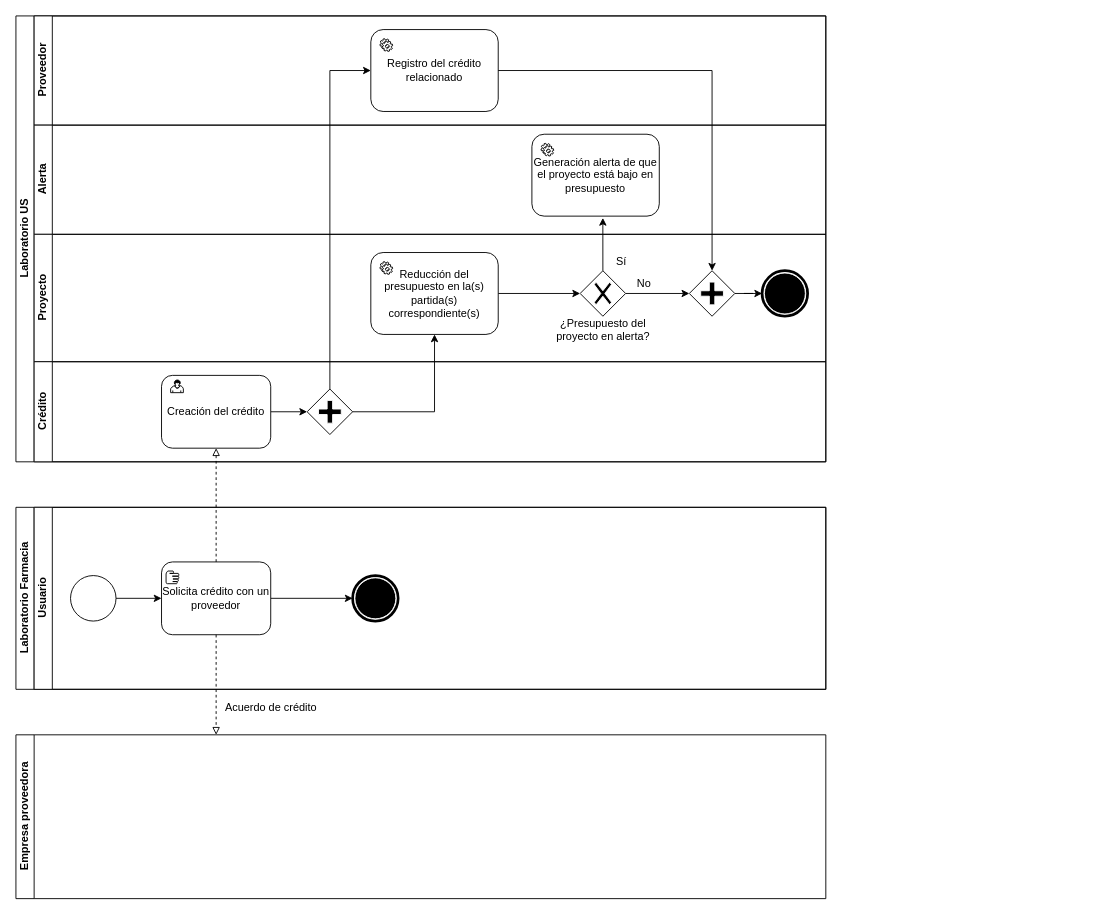
This is 4 Necesidades de negocio/4.2 Modelos de procesos de negocio a implantar/CreditosBPMN-Implantar.drawio from Franbr31/IR-project, a draw.io file, before an edit. Source tidied: cells renumbered, new cells numbered last; positions are measured from the earlier drawing's top-left corner, leaving out a move shared by most shapes. Both pictures are drawn from the tidied source at 91%, with x=0, y=0 at pixel (15, 15).
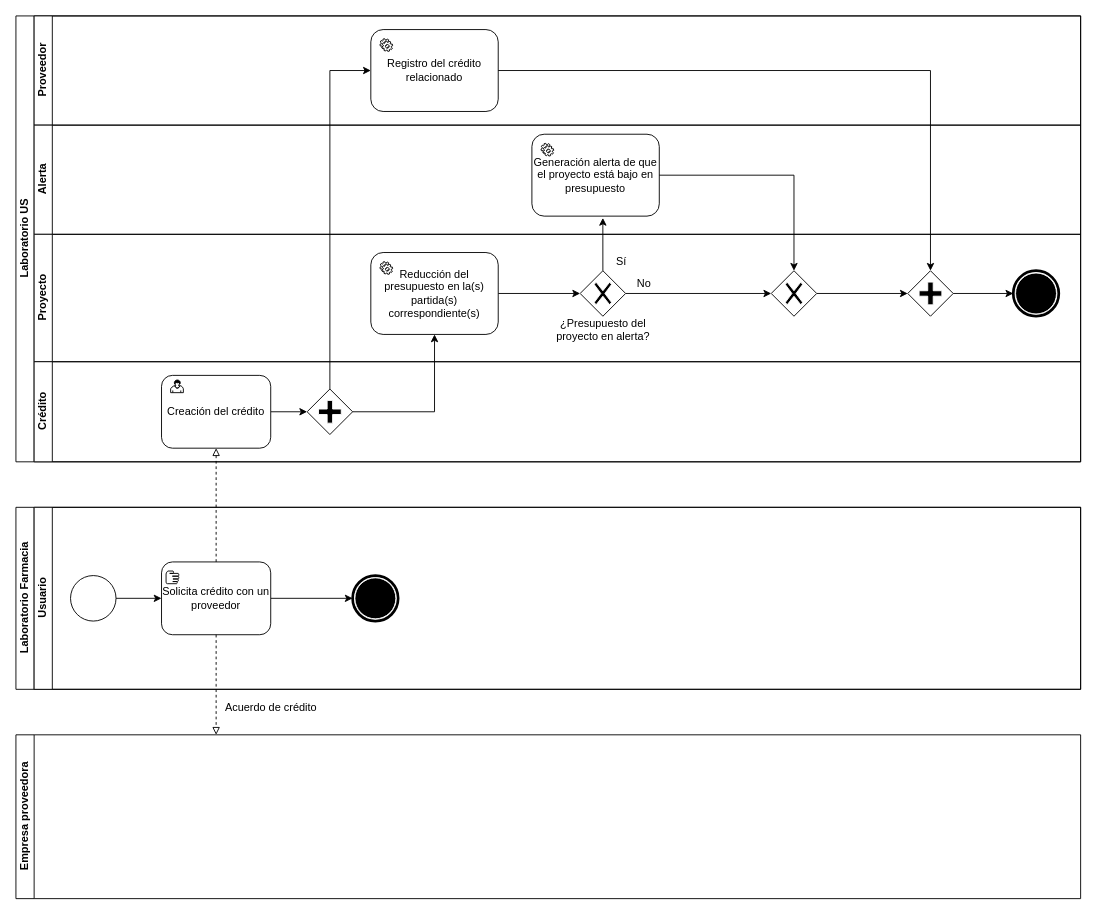
The same diagram, later.

The change refers to these unchanged cells:
```xml
<mxCell id="7" value="Generación alerta de que el proyecto está bajo en presupuesto" style="shape=ext;rounded=1;html=1;whiteSpace=wrap;" parent="6" vertex="1">
  <mxGeometry x="547" y="10" width="140" height="90" as="geometry" />
</mxCell>
<mxCell id="14" style="shape=mxgraph.bpmn.shape;html=1;verticalLabelPosition=bottom;labelBackgroundColor=#ffffff;verticalAlign=top;align=center;perimeter=rhombusPerimeter;background=gateway;outlineConnect=0;outline=none;symbol=exclusiveGw;" parent="9" vertex="1">
  <mxGeometry x="600" y="40" width="50" height="50" as="geometry" />
</mxCell>
```

Diff of the diagram source:
```diff
@@
     <mxCell id="2" value="Laboratorio US" style="swimlane;html=1;horizontal=0;startSize=20;" parent="1" vertex="1">
-      <mxGeometry width="890" height="490" as="geometry" />
+      <mxGeometry width="1170" height="490" as="geometry" />
     </mxCell>
     <mxCell id="3" value="Proveedor" style="swimlane;html=1;startSize=20;horizontal=0;" parent="2" vertex="1">
-      <mxGeometry x="20" width="870" height="120" as="geometry" />
+      <mxGeometry x="20" width="1150" height="120" as="geometry" />
     </mxCell>
@@
     <mxCell id="6" value="Alerta" style="swimlane;html=1;startSize=20;horizontal=0;" parent="2" vertex="1">
-      <mxGeometry x="20" y="120" width="870" height="120" as="geometry" />
+      <mxGeometry x="20" y="120" width="1150" height="120" as="geometry" />
     </mxCell>
@@
     <mxCell id="9" value="Proyecto" style="swimlane;html=1;startSize=20;horizontal=0;" parent="2" vertex="1">
-      <mxGeometry x="20" y="240" width="870" height="140" as="geometry" />
+      <mxGeometry x="20" y="240" width="1150" height="140" as="geometry" />
     </mxCell>
@@
-    <mxCell id="13" style="edgeStyle=orthogonalEdgeStyle;rounded=0;jettySize=auto;html=1;exitX=1;exitY=0.5;exitDx=0;exitDy=0;entryX=0;entryY=0.5;entryDx=0;entryDy=0;endArrow=classic;endFill=1;" parent="9" edge="1" source="14" target="17">
+    <mxCell id="13" style="edgeStyle=orthogonalEdgeStyle;rounded=0;jettySize=auto;html=1;exitX=1;exitY=0.5;exitDx=0;exitDy=0;entryX=0;entryY=0.5;entryDx=0;entryDy=0;endArrow=classic;endFill=1;" parent="9" edge="1" source="14" target="43">
       <mxGeometry relative="1" as="geometry" />
     </mxCell>
@@
     <mxCell id="15" style="shape=mxgraph.bpmn.shape;html=1;verticalLabelPosition=bottom;labelBackgroundColor=#ffffff;verticalAlign=top;align=center;perimeter=ellipsePerimeter;outlineConnect=0;outline=end;symbol=terminate;" parent="9" vertex="1">
-      <mxGeometry x="800" y="40" width="50" height="50" as="geometry" />
+      <mxGeometry x="1076" y="40" width="50" height="50" as="geometry" />
     </mxCell>
@@
     <mxCell id="17" style="shape=mxgraph.bpmn.shape;html=1;verticalLabelPosition=bottom;labelBackgroundColor=#ffffff;verticalAlign=top;align=center;perimeter=rhombusPerimeter;background=gateway;outlineConnect=0;outline=none;symbol=parallelGw;" parent="9" vertex="1">
-      <mxGeometry x="720" y="40" width="50" height="50" as="geometry" />
+      <mxGeometry x="960" y="40" width="50" height="50" as="geometry" />
     </mxCell>
@@
+    <mxCell id="42" style="edgeStyle=orthogonalEdgeStyle;rounded=0;jettySize=auto;html=1;exitX=1;exitY=0.5;exitDx=0;exitDy=0;entryX=0;entryY=0.5;entryDx=0;entryDy=0;" parent="9" edge="1" source="43" target="17">
+      <mxGeometry relative="1" as="geometry" />
+    </mxCell>
+    <mxCell id="43" style="shape=mxgraph.bpmn.shape;html=1;verticalLabelPosition=bottom;labelBackgroundColor=#ffffff;verticalAlign=top;align=center;perimeter=rhombusPerimeter;background=gateway;outlineConnect=0;outline=none;symbol=exclusiveGw;" parent="9" vertex="1">
+      <mxGeometry x="810" y="40" width="50" height="50" as="geometry" />
+    </mxCell>
     <mxCell id="21" value="Crédito" style="swimlane;html=1;startSize=20;horizontal=0;" parent="2" vertex="1">
-      <mxGeometry x="20" y="380" width="870" height="110" as="geometry" />
+      <mxGeometry x="20" y="380" width="1150" height="110" as="geometry" />
     </mxCell>
@@
+    <mxCell id="44" style="edgeStyle=orthogonalEdgeStyle;rounded=0;jettySize=auto;html=1;exitX=1;exitY=0.5;exitDx=0;exitDy=0;entryX=0.5;entryY=0;entryDx=0;entryDy=0;" parent="2" edge="1" source="7" target="43">
+      <mxGeometry relative="1" as="geometry" />
+    </mxCell>
     <mxCell id="30" value="Laboratorio Farmacia" style="swimlane;html=1;horizontal=0;startSize=20;" parent="1" vertex="1">
-      <mxGeometry y="540" width="890" height="200" as="geometry" />
+      <mxGeometry y="540" width="1170" height="200" as="geometry" />
     </mxCell>
     <mxCell id="31" value="Usuario" style="swimlane;html=1;startSize=20;horizontal=0;" parent="30" vertex="1">
-      <mxGeometry x="20" width="870" height="200" as="geometry" />
+      <mxGeometry x="20" width="1150" height="200" as="geometry" />
     </mxCell>
@@
     <mxCell id="38" value="Empresa proveedora" style="swimlane;html=1;horizontal=0;startSize=20;" parent="1" vertex="1">
-      <mxGeometry y="790" width="890" height="180" as="geometry" />
+      <mxGeometry y="790" width="1170" height="180" as="geometry" />
     </mxCell>
```
